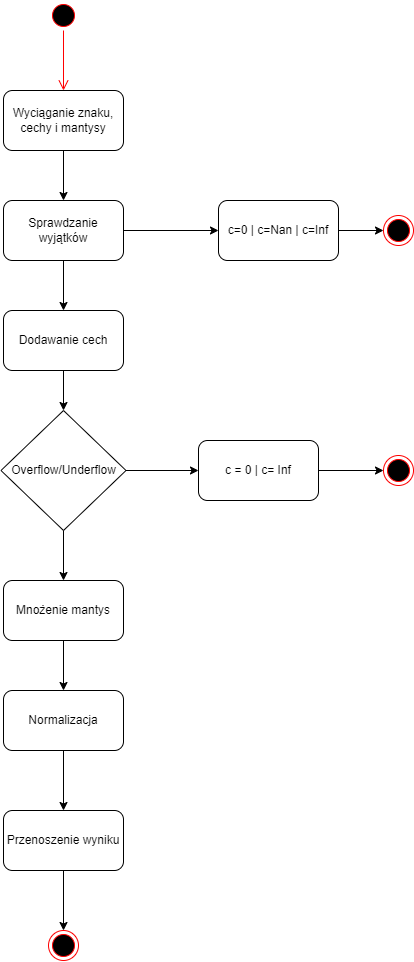
Above: thesis/multiplication_uml.png in kvmlbnkv/Engineering_Thesis (draw.io), before the change. Source tidied: cells renumbered, new cells last; positions are measured from the earlier drawing's top-left corner, leaving out a move shared by most shapes. The source it was exported from:
```xml
<mxGraphModel>
  <root>
    <mxCell id="0" />
    <mxCell id="1" parent="0" />
    <mxCell id="2" style="ellipse;html=1;shape=startState;fillColor=#000000;strokeColor=#ff0000;" parent="1" vertex="1">
      <mxGeometry x="48" width="30" height="30" as="geometry" />
    </mxCell>
    <mxCell id="3" style="edgeStyle=orthogonalEdgeStyle;html=1;verticalAlign=bottom;endArrow=open;endSize=8;strokeColor=#ff0000;rounded=0;entryX=0.5;entryY=0;entryDx=0;entryDy=0;" parent="1" edge="1" source="2" target="4">
      <mxGeometry relative="1" as="geometry" />
    </mxCell>
    <mxCell id="4" value="Wyciąganie znaku, cechy i mantysy" style="rounded=1;whiteSpace=wrap;html=1;" parent="1" vertex="1">
      <mxGeometry x="3" y="90" width="120" height="60" as="geometry" />
    </mxCell>
    <mxCell id="5" value="Sprawdzanie wyjątków" style="rounded=1;whiteSpace=wrap;html=1;" parent="1" vertex="1">
      <mxGeometry x="3" y="200" width="120" height="60" as="geometry" />
    </mxCell>
    <mxCell id="6" style="endArrow=classic;html=1;rounded=0;exitX=0.5;exitY=1;exitDx=0;exitDy=0;entryX=0.5;entryY=0;entryDx=0;entryDy=0;" parent="1" edge="1" source="4" target="5">
      <mxGeometry relative="1" as="geometry" />
    </mxCell>
    <mxCell id="7" style="endArrow=classic;html=1;rounded=0;exitX=1;exitY=0.5;exitDx=0;exitDy=0;" parent="1" edge="1" source="5">
      <mxGeometry relative="1" as="geometry">
        <mxPoint x="218" y="230" as="targetPoint" />
      </mxGeometry>
    </mxCell>
    <mxCell id="8" style="ellipse;html=1;shape=endState;fillColor=#000000;strokeColor=#ff0000;" parent="1" vertex="1">
      <mxGeometry x="383" y="215" width="30" height="30" as="geometry" />
    </mxCell>
    <mxCell id="9" value="c=0 | c=Nan | c=Inf" style="rounded=1;whiteSpace=wrap;html=1;" parent="1" vertex="1">
      <mxGeometry x="218" y="200" width="120" height="60" as="geometry" />
    </mxCell>
    <mxCell id="10" style="endArrow=classic;html=1;rounded=0;exitX=1;exitY=0.5;exitDx=0;exitDy=0;entryX=0;entryY=0.5;entryDx=0;entryDy=0;" parent="1" edge="1" source="9" target="8">
      <mxGeometry relative="1" as="geometry" />
    </mxCell>
    <mxCell id="11" style="endArrow=classic;html=1;rounded=0;entryX=0.5;entryY=0;entryDx=0;entryDy=0;exitX=0.5;exitY=1;exitDx=0;exitDy=0;" parent="1" edge="1" source="5" target="12">
      <mxGeometry relative="1" as="geometry" />
    </mxCell>
    <mxCell id="12" value="Dodawanie cech" style="rounded=1;whiteSpace=wrap;html=1;" parent="1" vertex="1">
      <mxGeometry x="3" y="310" width="120" height="60" as="geometry" />
    </mxCell>
    <mxCell id="13" value="Overflow/Underflow" style="rhombus;whiteSpace=wrap;html=1;" parent="1" vertex="1">
      <mxGeometry x="0.5" y="410" width="125" height="120" as="geometry" />
    </mxCell>
    <mxCell id="14" style="endArrow=classic;html=1;rounded=0;exitX=0.5;exitY=1;exitDx=0;exitDy=0;entryX=0.5;entryY=0;entryDx=0;entryDy=0;" parent="1" edge="1" source="12" target="13">
      <mxGeometry relative="1" as="geometry" />
    </mxCell>
    <mxCell id="15" style="endArrow=classic;html=1;rounded=0;exitX=1;exitY=0.5;exitDx=0;exitDy=0;" parent="1" edge="1" source="13">
      <mxGeometry relative="1" as="geometry">
        <mxPoint x="198" y="470" as="targetPoint" />
      </mxGeometry>
    </mxCell>
    <mxCell id="16" value="c = 0 | c= Inf" style="rounded=1;whiteSpace=wrap;html=1;" parent="1" vertex="1">
      <mxGeometry x="198" y="440" width="120" height="60" as="geometry" />
    </mxCell>
    <mxCell id="17" style="ellipse;html=1;shape=endState;fillColor=#000000;strokeColor=#ff0000;" parent="1" vertex="1">
      <mxGeometry x="383" y="455" width="30" height="30" as="geometry" />
    </mxCell>
    <mxCell id="18" style="endArrow=classic;html=1;rounded=0;exitX=1;exitY=0.5;exitDx=0;exitDy=0;entryX=0;entryY=0.5;entryDx=0;entryDy=0;" parent="1" edge="1" source="16" target="17">
      <mxGeometry relative="1" as="geometry" />
    </mxCell>
    <mxCell id="19" value="Mnożenie mantys" style="rounded=1;whiteSpace=wrap;html=1;" parent="1" vertex="1">
      <mxGeometry x="3" y="580" width="120" height="60" as="geometry" />
    </mxCell>
    <mxCell id="20" style="endArrow=classic;html=1;rounded=0;exitX=0.5;exitY=1;exitDx=0;exitDy=0;entryX=0.5;entryY=0;entryDx=0;entryDy=0;" parent="1" edge="1" source="13" target="19">
      <mxGeometry relative="1" as="geometry" />
    </mxCell>
    <mxCell id="21" style="endArrow=classic;html=1;rounded=0;exitX=0.5;exitY=1;exitDx=0;exitDy=0;entryX=0.5;entryY=0;entryDx=0;entryDy=0;" parent="1" edge="1" source="19" target="22">
      <mxGeometry relative="1" as="geometry" />
    </mxCell>
    <mxCell id="22" value="Normalizacja" style="rounded=1;whiteSpace=wrap;html=1;" parent="1" vertex="1">
      <mxGeometry x="3" y="690" width="120" height="60" as="geometry" />
    </mxCell>
    <mxCell id="23" value="Przenoszenie wyniku" style="rounded=1;whiteSpace=wrap;html=1;" parent="1" vertex="1">
      <mxGeometry x="3" y="810" width="120" height="60" as="geometry" />
    </mxCell>
    <mxCell id="24" style="endArrow=classic;html=1;rounded=0;exitX=0.5;exitY=1;exitDx=0;exitDy=0;entryX=0.5;entryY=0;entryDx=0;entryDy=0;" parent="1" edge="1" source="22" target="23">
      <mxGeometry relative="1" as="geometry" />
    </mxCell>
    <mxCell id="25" style="ellipse;html=1;shape=endState;fillColor=#000000;strokeColor=#ff0000;" parent="1" vertex="1">
      <mxGeometry x="48" y="930" width="30" height="30" as="geometry" />
    </mxCell>
    <mxCell id="26" style="endArrow=classic;html=1;rounded=0;exitX=0.5;exitY=1;exitDx=0;exitDy=0;entryX=0.5;entryY=0;entryDx=0;entryDy=0;" parent="1" edge="1" source="23" target="25">
      <mxGeometry relative="1" as="geometry" />
    </mxCell>
  </root>
</mxGraphModel>
```
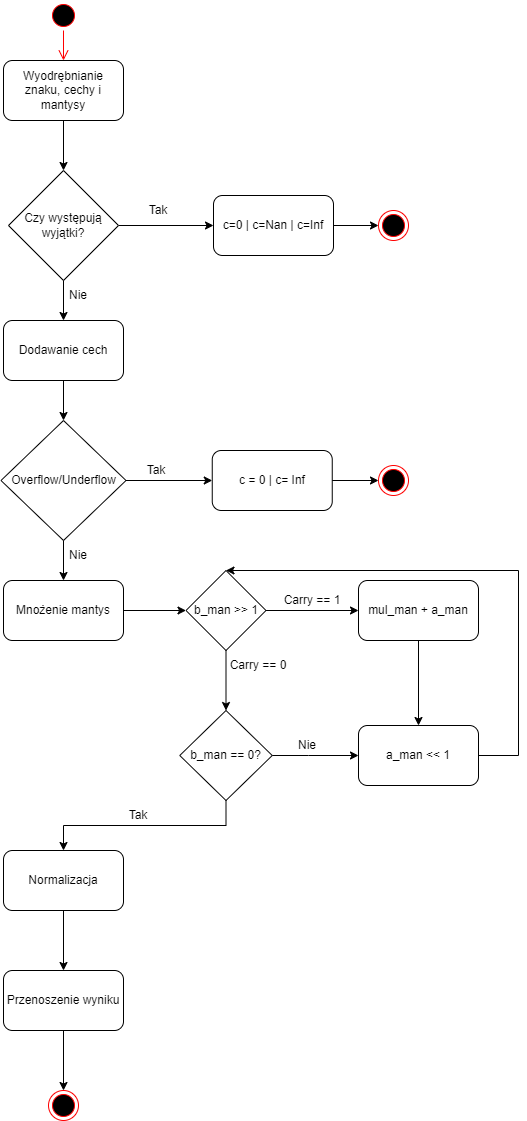
After the change.

What changed in the source:
```diff
@@ -8,51 +8,51 @@
     <mxCell id="3" style="edgeStyle=orthogonalEdgeStyle;html=1;verticalAlign=bottom;endArrow=open;endSize=8;strokeColor=#ff0000;rounded=0;entryX=0.5;entryY=0;entryDx=0;entryDy=0;" parent="1" edge="1" source="2" target="4">
       <mxGeometry relative="1" as="geometry" />
     </mxCell>
-    <mxCell id="4" value="Wyciąganie znaku, cechy i mantysy" style="rounded=1;whiteSpace=wrap;html=1;" parent="1" vertex="1">
-      <mxGeometry x="3" y="90" width="120" height="60" as="geometry" />
+    <mxCell id="4" value="Wyodrębnianie znaku, cechy i mantysy" style="rounded=1;whiteSpace=wrap;html=1;" parent="1" vertex="1">
+      <mxGeometry x="3" y="60" width="120" height="60" as="geometry" />
     </mxCell>
-    <mxCell id="5" value="Sprawdzanie wyjątków" style="rounded=1;whiteSpace=wrap;html=1;" parent="1" vertex="1">
-      <mxGeometry x="3" y="200" width="120" height="60" as="geometry" />
-    </mxCell>
-    <mxCell id="6" style="endArrow=classic;html=1;rounded=0;exitX=0.5;exitY=1;exitDx=0;exitDy=0;entryX=0.5;entryY=0;entryDx=0;entryDy=0;" parent="1" edge="1" source="4" target="5">
-      <mxGeometry relative="1" as="geometry" />
+    <mxCell id="6" style="endArrow=classic;html=1;rounded=0;exitX=0.5;exitY=1;exitDx=0;exitDy=0;entryX=0.5;entryY=0;entryDx=0;entryDy=0;" parent="1" edge="1" source="4">
+      <mxGeometry relative="1" as="geometry">
+        <mxPoint x="63" y="170" as="targetPoint" />
+      </mxGeometry>
     </mxCell>
-    <mxCell id="7" style="endArrow=classic;html=1;rounded=0;exitX=1;exitY=0.5;exitDx=0;exitDy=0;" parent="1" edge="1" source="5">
+    <mxCell id="7" style="endArrow=classic;html=1;rounded=0;exitX=1;exitY=0.5;exitDx=0;exitDy=0;" parent="1" edge="1">
       <mxGeometry relative="1" as="geometry">
-        <mxPoint x="218" y="230" as="targetPoint" />
+        <mxPoint x="118" y="225" as="sourcePoint" />
+        <mxPoint x="213" y="225" as="targetPoint" />
       </mxGeometry>
     </mxCell>
     <mxCell id="8" style="ellipse;html=1;shape=endState;fillColor=#000000;strokeColor=#ff0000;" parent="1" vertex="1">
-      <mxGeometry x="383" y="215" width="30" height="30" as="geometry" />
+      <mxGeometry x="378" y="210" width="30" height="30" as="geometry" />
     </mxCell>
     <mxCell id="9" value="c=0 | c=Nan | c=Inf" style="rounded=1;whiteSpace=wrap;html=1;" parent="1" vertex="1">
-      <mxGeometry x="218" y="200" width="120" height="60" as="geometry" />
+      <mxGeometry x="213" y="195" width="120" height="60" as="geometry" />
     </mxCell>
     <mxCell id="10" style="endArrow=classic;html=1;rounded=0;exitX=1;exitY=0.5;exitDx=0;exitDy=0;entryX=0;entryY=0.5;entryDx=0;entryDy=0;" parent="1" edge="1" source="9" target="8">
       <mxGeometry relative="1" as="geometry" />
     </mxCell>
-    <mxCell id="11" style="endArrow=classic;html=1;rounded=0;entryX=0.5;entryY=0;entryDx=0;entryDy=0;exitX=0.5;exitY=1;exitDx=0;exitDy=0;" parent="1" edge="1" source="5" target="12">
-      <mxGeometry relative="1" as="geometry" />
+    <mxCell id="11" style="endArrow=classic;html=1;rounded=0;entryX=0.5;entryY=0;entryDx=0;entryDy=0;exitX=0.5;exitY=1;exitDx=0;exitDy=0;" parent="1" edge="1" target="12">
+      <mxGeometry relative="1" as="geometry">
+        <mxPoint x="63" y="260" as="sourcePoint" />
+      </mxGeometry>
     </mxCell>
     <mxCell id="12" value="Dodawanie cech" style="rounded=1;whiteSpace=wrap;html=1;" parent="1" vertex="1">
-      <mxGeometry x="3" y="310" width="120" height="60" as="geometry" />
+      <mxGeometry x="3" y="320" width="120" height="60" as="geometry" />
     </mxCell>
     <mxCell id="13" value="Overflow/Underflow" style="rhombus;whiteSpace=wrap;html=1;" parent="1" vertex="1">
-      <mxGeometry x="0.5" y="410" width="125" height="120" as="geometry" />
+      <mxGeometry x="0.5" y="420" width="125" height="120" as="geometry" />
     </mxCell>
     <mxCell id="14" style="endArrow=classic;html=1;rounded=0;exitX=0.5;exitY=1;exitDx=0;exitDy=0;entryX=0.5;entryY=0;entryDx=0;entryDy=0;" parent="1" edge="1" source="12" target="13">
       <mxGeometry relative="1" as="geometry" />
     </mxCell>
-    <mxCell id="15" style="endArrow=classic;html=1;rounded=0;exitX=1;exitY=0.5;exitDx=0;exitDy=0;" parent="1" edge="1" source="13">
-      <mxGeometry relative="1" as="geometry">
-        <mxPoint x="198" y="470" as="targetPoint" />
-      </mxGeometry>
+    <mxCell id="15" style="endArrow=classic;html=1;rounded=0;exitX=1;exitY=0.5;exitDx=0;exitDy=0;entryX=0;entryY=0.5;entryDx=0;entryDy=0;" parent="1" edge="1" source="13" target="16">
+      <mxGeometry relative="1" as="geometry" />
     </mxCell>
     <mxCell id="16" value="c = 0 | c= Inf" style="rounded=1;whiteSpace=wrap;html=1;" parent="1" vertex="1">
-      <mxGeometry x="198" y="440" width="120" height="60" as="geometry" />
+      <mxGeometry x="211.8" y="450" width="120" height="60" as="geometry" />
     </mxCell>
     <mxCell id="17" style="ellipse;html=1;shape=endState;fillColor=#000000;strokeColor=#ff0000;" parent="1" vertex="1">
-      <mxGeometry x="383" y="455" width="30" height="30" as="geometry" />
+      <mxGeometry x="378" y="465" width="30" height="30" as="geometry" />
     </mxCell>
     <mxCell id="18" style="endArrow=classic;html=1;rounded=0;exitX=1;exitY=0.5;exitDx=0;exitDy=0;entryX=0;entryY=0.5;entryDx=0;entryDy=0;" parent="1" edge="1" source="16" target="17">
       <mxGeometry relative="1" as="geometry" />
@@ -63,23 +63,99 @@
     <mxCell id="20" style="endArrow=classic;html=1;rounded=0;exitX=0.5;exitY=1;exitDx=0;exitDy=0;entryX=0.5;entryY=0;entryDx=0;entryDy=0;" parent="1" edge="1" source="13" target="19">
       <mxGeometry relative="1" as="geometry" />
     </mxCell>
-    <mxCell id="21" style="endArrow=classic;html=1;rounded=0;exitX=0.5;exitY=1;exitDx=0;exitDy=0;entryX=0.5;entryY=0;entryDx=0;entryDy=0;" parent="1" edge="1" source="19" target="22">
+    <mxCell id="21" style="endArrow=classic;html=1;rounded=0;exitX=1;exitY=0.5;exitDx=0;exitDy=0;entryX=0;entryY=0.5;entryDx=0;entryDy=0;" parent="1" edge="1" source="19" target="30">
       <mxGeometry relative="1" as="geometry" />
     </mxCell>
     <mxCell id="22" value="Normalizacja" style="rounded=1;whiteSpace=wrap;html=1;" parent="1" vertex="1">
-      <mxGeometry x="3" y="690" width="120" height="60" as="geometry" />
+      <mxGeometry x="3" y="850" width="120" height="60" as="geometry" />
     </mxCell>
     <mxCell id="23" value="Przenoszenie wyniku" style="rounded=1;whiteSpace=wrap;html=1;" parent="1" vertex="1">
-      <mxGeometry x="3" y="810" width="120" height="60" as="geometry" />
+      <mxGeometry x="3" y="970" width="120" height="60" as="geometry" />
     </mxCell>
     <mxCell id="24" style="endArrow=classic;html=1;rounded=0;exitX=0.5;exitY=1;exitDx=0;exitDy=0;entryX=0.5;entryY=0;entryDx=0;entryDy=0;" parent="1" edge="1" source="22" target="23">
       <mxGeometry relative="1" as="geometry" />
     </mxCell>
     <mxCell id="25" style="ellipse;html=1;shape=endState;fillColor=#000000;strokeColor=#ff0000;" parent="1" vertex="1">
-      <mxGeometry x="48" y="930" width="30" height="30" as="geometry" />
+      <mxGeometry x="48" y="1090" width="30" height="30" as="geometry" />
     </mxCell>
     <mxCell id="26" style="endArrow=classic;html=1;rounded=0;exitX=0.5;exitY=1;exitDx=0;exitDy=0;entryX=0.5;entryY=0;entryDx=0;entryDy=0;" parent="1" edge="1" source="23" target="25">
       <mxGeometry relative="1" as="geometry" />
     </mxCell>
+    <mxCell id="27" value="Tak" style="text;html=1;strokeColor=none;fillColor=none;align=center;verticalAlign=middle;whiteSpace=wrap;rounded=0;" parent="1" vertex="1">
+      <mxGeometry x="125.5" y="460" width="60" height="20" as="geometry" />
+    </mxCell>
+    <mxCell id="28" value="Nie" style="text;html=1;strokeColor=none;fillColor=none;align=center;verticalAlign=middle;whiteSpace=wrap;rounded=0;" parent="1" vertex="1">
+      <mxGeometry x="48" y="540" width="60" height="30" as="geometry" />
+    </mxCell>
+    <mxCell id="29" style="endArrow=classic;html=1;rounded=0;exitX=1;exitY=0.5;exitDx=0;exitDy=0;" parent="1" edge="1" source="30">
+      <mxGeometry relative="1" as="geometry">
+        <mxPoint x="358" y="610" as="targetPoint" />
+      </mxGeometry>
+    </mxCell>
+    <mxCell id="30" value="b_man &amp;gt;&amp;gt; 1" style="rhombus;whiteSpace=wrap;html=1;" parent="1" vertex="1">
+      <mxGeometry x="185.5" y="570" width="80" height="80" as="geometry" />
+    </mxCell>
+    <mxCell id="31" style="endArrow=classic;html=1;rounded=0;exitX=0.5;exitY=1;exitDx=0;exitDy=0;entryX=0.5;entryY=0;entryDx=0;entryDy=0;" parent="1" edge="1" source="30" target="33">
+      <mxGeometry relative="1" as="geometry" />
+    </mxCell>
+    <mxCell id="32" value="Carry == 0" style="text;html=1;strokeColor=none;fillColor=none;align=center;verticalAlign=middle;whiteSpace=wrap;rounded=0;" parent="1" vertex="1">
+      <mxGeometry x="228" y="650" width="60" height="30" as="geometry" />
+    </mxCell>
+    <mxCell id="33" value="b_man == 0?" style="rhombus;whiteSpace=wrap;html=1;" parent="1" vertex="1">
+      <mxGeometry x="179.2" y="710" width="92.5" height="90" as="geometry" />
+    </mxCell>
+    <mxCell id="34" style="edgeStyle=elbowEdgeStyle;elbow=vertical;endArrow=classic;html=1;rounded=0;entryX=0;entryY=0.5;entryDx=0;entryDy=0;exitX=1;exitY=0.5;exitDx=0;exitDy=0;" parent="1" edge="1" source="33" target="39">
+      <mxGeometry relative="1" as="geometry">
+        <Array as="points">
+          <mxPoint x="308" y="755" />
+        </Array>
+      </mxGeometry>
+    </mxCell>
+    <mxCell id="35" value="Nie" style="text;html=1;strokeColor=none;fillColor=none;align=center;verticalAlign=middle;whiteSpace=wrap;rounded=0;" parent="1" vertex="1">
+      <mxGeometry x="281.8" y="730" width="50" height="30" as="geometry" />
+    </mxCell>
+    <mxCell id="36" style="edgeStyle=elbowEdgeStyle;elbow=vertical;endArrow=classic;html=1;rounded=0;exitX=0.5;exitY=1;exitDx=0;exitDy=0;entryX=0.5;entryY=0;entryDx=0;entryDy=0;" parent="1" edge="1" source="33" target="22">
+      <mxGeometry relative="1" as="geometry" />
+    </mxCell>
+    <mxCell id="37" value="Tak" style="text;html=1;strokeColor=none;fillColor=none;align=center;verticalAlign=middle;whiteSpace=wrap;rounded=0;" parent="1" vertex="1">
+      <mxGeometry x="108" y="800" width="60" height="30" as="geometry" />
+    </mxCell>
+    <mxCell id="38" value="Carry == 1" style="text;html=1;strokeColor=none;fillColor=none;align=center;verticalAlign=middle;whiteSpace=wrap;rounded=0;" parent="1" vertex="1">
+      <mxGeometry x="281.8" y="590" width="60" height="20" as="geometry" />
+    </mxCell>
+    <mxCell id="39" value="a_man &amp;lt;&amp;lt; 1" style="rounded=1;whiteSpace=wrap;html=1;" parent="1" vertex="1">
+      <mxGeometry x="358" y="725" width="120" height="60" as="geometry" />
+    </mxCell>
+    <mxCell id="40" value="mul_man + a_man" style="rounded=1;whiteSpace=wrap;html=1;" parent="1" vertex="1">
+      <mxGeometry x="358" y="580" width="120" height="60" as="geometry" />
+    </mxCell>
+    <mxCell id="41" style="endArrow=classic;html=1;rounded=0;exitX=0.5;exitY=1;exitDx=0;exitDy=0;entryX=0.5;entryY=0;entryDx=0;entryDy=0;" parent="1" edge="1" source="40" target="39">
+      <mxGeometry relative="1" as="geometry" />
+    </mxCell>
+    <mxCell id="42" style="edgeStyle=elbowEdgeStyle;elbow=vertical;endArrow=classic;html=1;rounded=0;exitX=1;exitY=0.5;exitDx=0;exitDy=0;entryX=0.5;entryY=0;entryDx=0;entryDy=0;" parent="1" edge="1" source="39" target="30">
+      <mxGeometry relative="1" as="geometry">
+        <Array as="points">
+          <mxPoint x="518" y="560" />
+          <mxPoint x="518" y="660" />
+          <mxPoint x="458" y="570" />
+          <mxPoint x="538" y="540" />
+          <mxPoint x="508" y="670" />
+          <mxPoint x="408" y="550" />
+          <mxPoint x="498" y="650" />
+          <mxPoint x="328" y="540" />
+          <mxPoint x="518" y="660" />
+          <mxPoint x="488" y="520" />
+        </Array>
+      </mxGeometry>
+    </mxCell>
+    <mxCell id="43" value="Czy występują wyjątki?" style="rhombus;whiteSpace=wrap;html=1;" parent="1" vertex="1">
+      <mxGeometry x="8" y="170" width="110" height="110" as="geometry" />
+    </mxCell>
+    <mxCell id="44" value="Nie" style="text;html=1;strokeColor=none;fillColor=none;align=center;verticalAlign=middle;whiteSpace=wrap;rounded=0;" parent="1" vertex="1">
+      <mxGeometry x="48" y="280" width="60" height="30" as="geometry" />
+    </mxCell>
+    <mxCell id="45" value="Tak" style="text;html=1;strokeColor=none;fillColor=none;align=center;verticalAlign=middle;whiteSpace=wrap;rounded=0;" parent="1" vertex="1">
+      <mxGeometry x="128" y="200" width="60" height="20" as="geometry" />
+    </mxCell>
   </root>
 </mxGraphModel>
```
